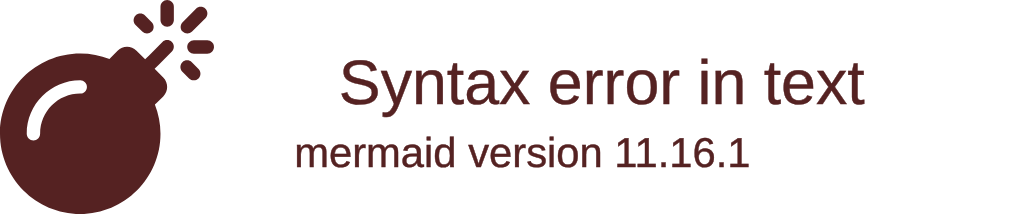
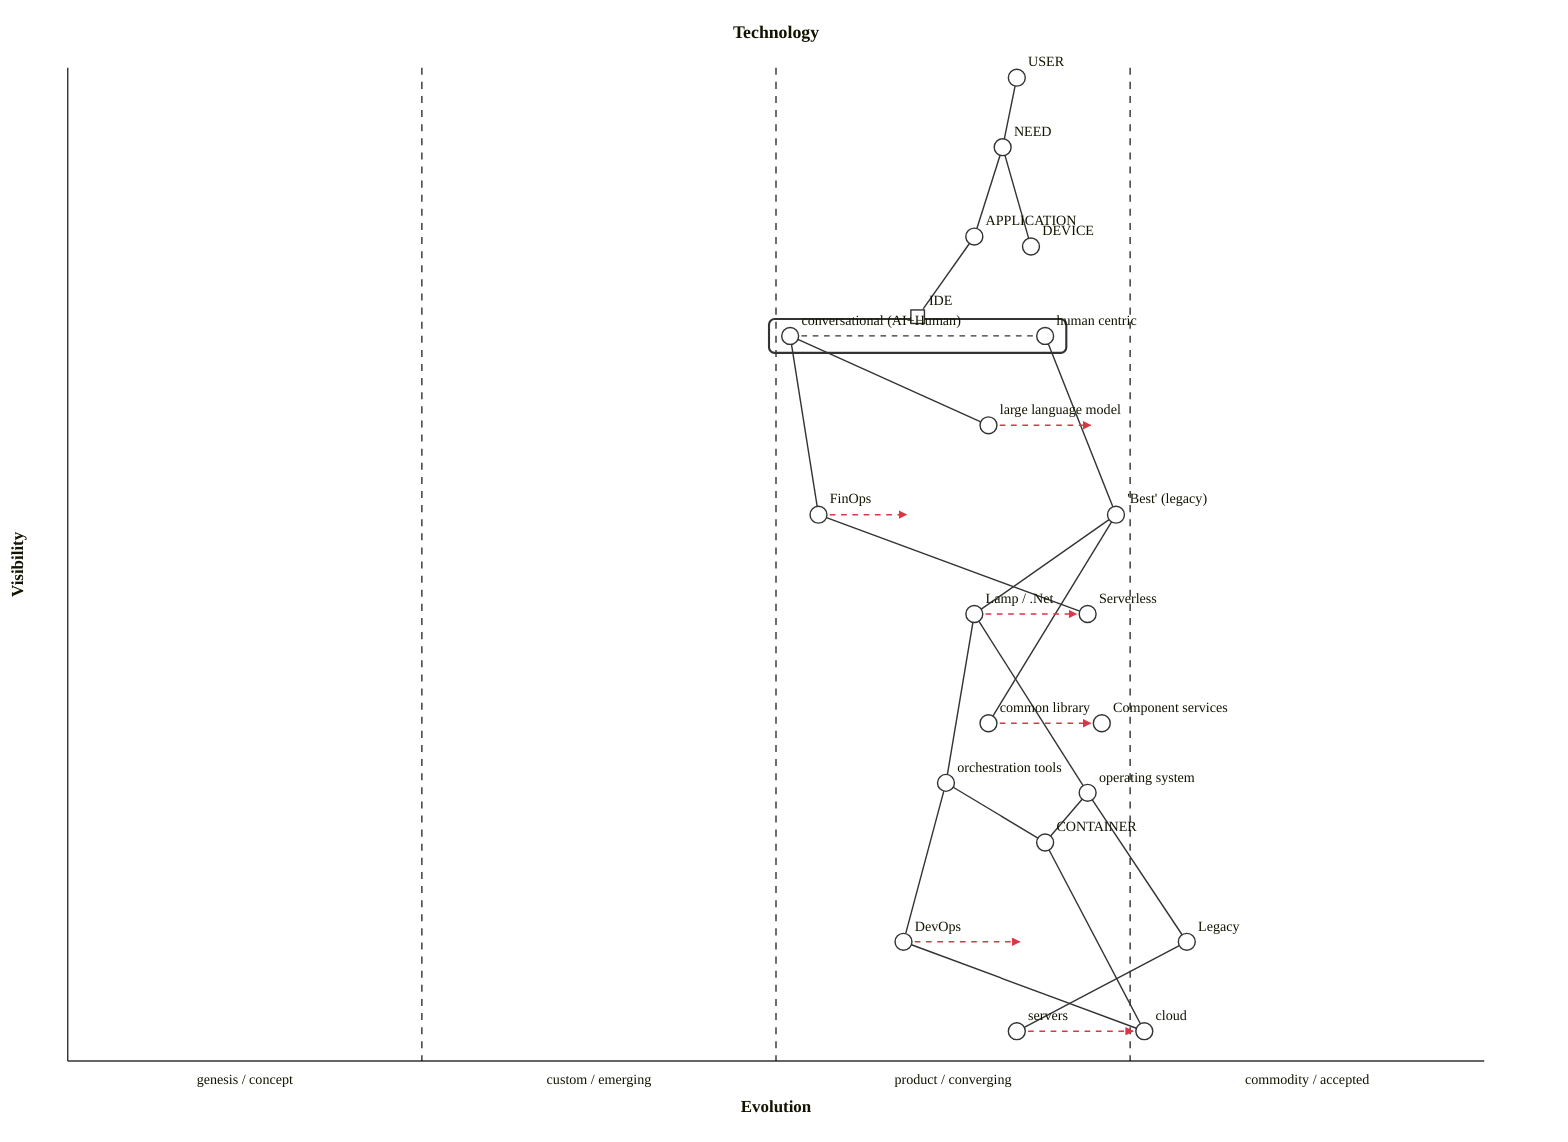
wardley-beta
title Technology
size [1100, 800]
evolution genesis / concept -> custom / emerging -> product/ converging -> commodity / accepted

component "USER" [0.99, 0.67]

component "NEED" [0.92, 0.66]
component "APPLICATION" [0.83, 0.64]

component "DEVICE" [0.82, 0.68]

component "IDE" [0.73, 0.67]
pipeline "IDE" {
  component "conversational (AI+Human)" [0.51]
  component "human centric" [0.69]
}

component "common library" [0.34, 0.65]
component "Component services" [0.34, 0.73]
component "'Best' (legacy)" [0.55, 0.74]

component "Serverless" [0.45, 0.72]
component "Lamp / .Net" [0.45, 0.64]

component "large language model" [0.64, 0.65]

component "FinOps" [0.55, 0.53]
component "operating system" [0.27, 0.72]
component "orchestration tools" [0.28, 0.62]

component "CONTAINER" [0.22, 0.69]

component "DevOps" [0.12, 0.59]
component "Legacy" [0.12, 0.79]

component "servers" [0.03, 0.67]
component "cloud" [0.03, 0.76]

- evolve "Lamp /" .
+ evolve "Lamp / .Net" 0.72
evolve "servers" 0.76
evolve "DevOps" 0.68
evolve "FinOps" 0.6
evolve "common library" 0.73
evolve "large language model" 0.73
evolve "conversational (AI+Human)" 0.59

"'Best' (legacy)" -> "Lamp / .Net"
"Serverless" -> "FinOps"
"orchestration tools" -> "Lamp / .Net"
"Lamp / .Net" -> "operating system"
"orchestration tools" -> "DevOps"
"cloud" -> "DevOps"
"cloud" -> "CONTAINER"
"CONTAINER" -> "operating system"
"orchestration tools" -> "CONTAINER"
"servers" -> "Legacy"
"Legacy" -> "operating system"
"large language model" -> "conversational (AI+Human)"
"IDE" -> "CODING PRACTICE"
"'Best' (legacy)" -> "common library"
"human centric" -> "'Best' (legacy)"
"conversational (AI+Human)" -> "FinOps"
"APPLICATION" -> "IDE"
"USER" -> "NEED"
"APPLICATION" -> "NEED"
"NEED" -> "DEVICE"

